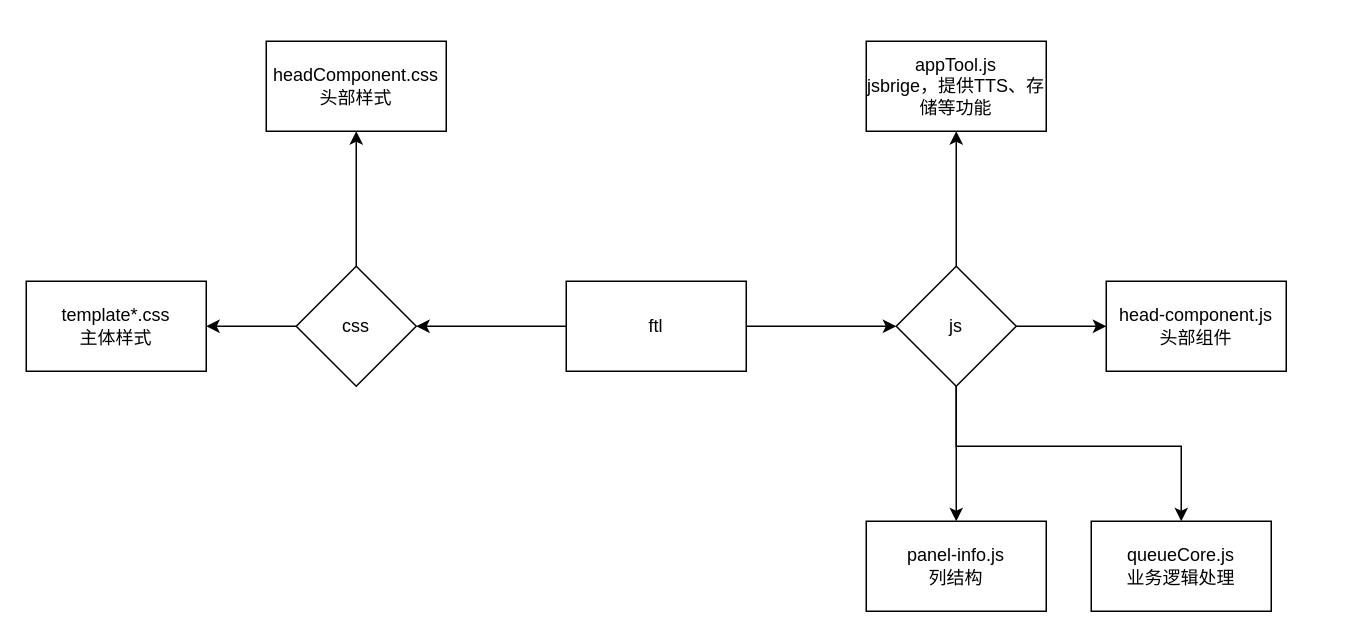
tangme/flowchart keeps this draw.io diagram as callQueue.drawio. Above is the earlier version. Source tidied: cells renumbered, new cells numbered last; positions are measured from the earlier drawing's top-left corner, leaving out a move shared by most shapes. Both pictures are drawn from the tidied source at 150%, with x=0, y=0 at pixel (26, 40).
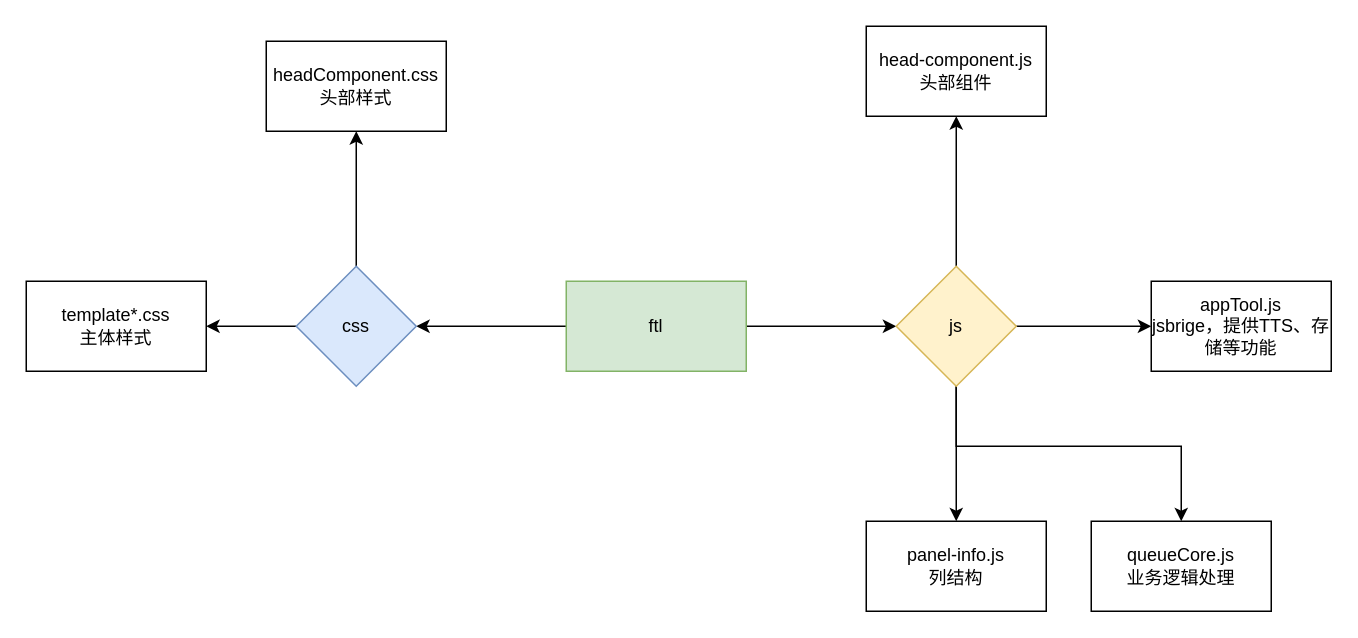
Above is the later version.

Change to the diagram source:
```diff
@@
-    <mxCell id="4" value="ftl" style="rounded=0;whiteSpace=wrap;html=1;" parent="1" vertex="1">
+    <mxCell id="4" value="ftl" style="rounded=0;whiteSpace=wrap;html=1;fillColor=#d5e8d4;strokeColor=#82b366;" parent="1" vertex="1">
       <mxGeometry x="360" y="160" width="120" height="60" as="geometry" />
     </mxCell>
@@
-    <mxCell id="7" value="css" style="rhombus;whiteSpace=wrap;html=1;rounded=0;" parent="1" vertex="1">
+    <mxCell id="7" value="css" style="rhombus;whiteSpace=wrap;html=1;rounded=0;fillColor=#dae8fc;strokeColor=#6c8ebf;" parent="1" vertex="1">
       <mxGeometry x="180" y="150" width="80" height="80" as="geometry" />
     </mxCell>
@@
-    <mxCell id="12" value="js" style="rhombus;whiteSpace=wrap;html=1;rounded=0;" parent="1" vertex="1">
+    <mxCell id="12" value="js" style="rhombus;whiteSpace=wrap;html=1;rounded=0;fillColor=#fff2cc;strokeColor=#d6b656;" parent="1" vertex="1">
       <mxGeometry x="580" y="150" width="80" height="80" as="geometry" />
     </mxCell>
@@
     <mxCell id="15" value="appTool.js&lt;br&gt;jsbrige，提供TTS、存储等功能" style="whiteSpace=wrap;html=1;rounded=0;" parent="1" vertex="1">
-      <mxGeometry x="560" width="120" height="60" as="geometry" />
+      <mxGeometry x="750" y="160" width="120" height="60" as="geometry" />
     </mxCell>
     <mxCell id="16" value="head-component.js&lt;br&gt;头部组件" style="whiteSpace=wrap;html=1;rounded=0;" parent="1" vertex="1">
-      <mxGeometry x="720" y="160" width="120" height="60" as="geometry" />
+      <mxGeometry x="560" y="-10" width="120" height="60" as="geometry" />
     </mxCell>
```
